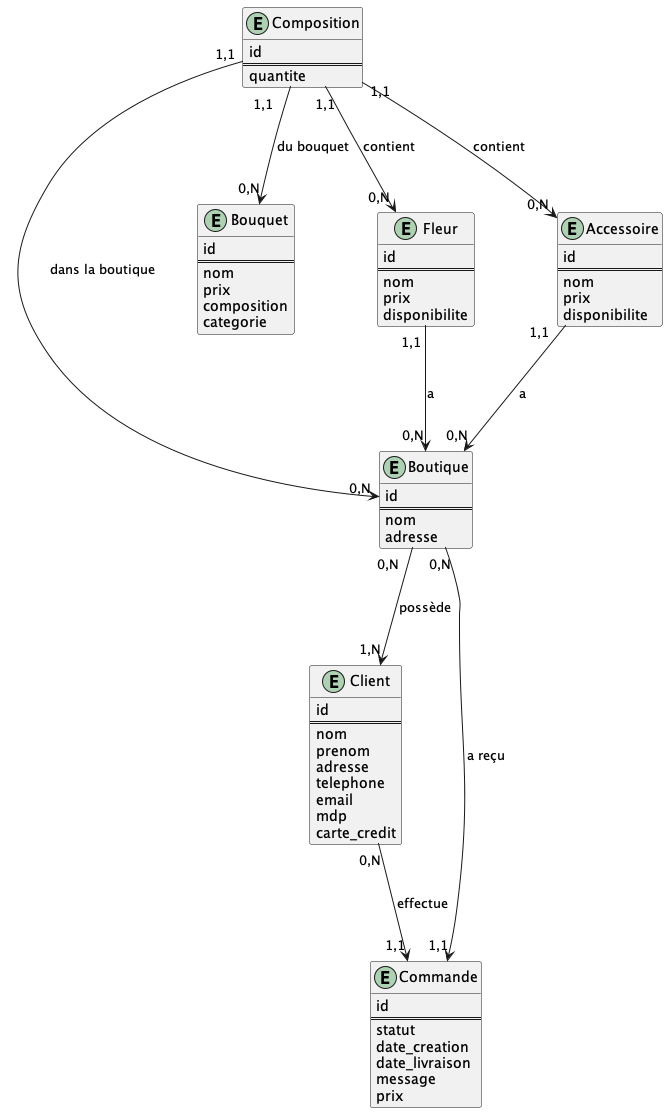
This is out/DiagrammeEA/DiagrammeEA.png from MorganKryze/MDD_FlowerStore, a PlantUML export, as it was before one commit. Its diagram source:
```plantuml
@startuml DiagrammeEA

entity Boutique
{
    id
    ==
    nom
    adresse
}

entity Client
{
    id
    ==
    nom
    prenom
    adresse
    telephone
    email
    mdp
    carte_credit
}

entity Commande
{
    id
    ==
    statut
    date_creation
    date_livraison
    message
    prix
}

entity Bouquet
{
    id
    ==
    nom
    prix
    composition
    categorie
}

entity Fleur
{
    id
    ==
    nom
    prix
    disponibilite
}

entity Accessoire
{
    id
    ==
    nom
    prix
    disponibilite
}

entity Composition
{
    id
    ==
    quantite
}

Boutique "0,N" --> "1,N" Client : possède
Client "0,N" --> "1,1" Commande : effectue
Boutique "0,N" --> "1,1" Commande : a reçu

Fleur "1,1" --> "0,N" Boutique : a
Accessoire "1,1" --> "0,N" Boutique : a

Composition "1,1" --> "0,N" Fleur : contient
Composition "1,1" --> "0,N" Accessoire : contient
Composition "1,1" --> "0,N" Bouquet : du bouquet
Composition "1,1" --> "0,N" Boutique : dans la boutique

@enduml
```
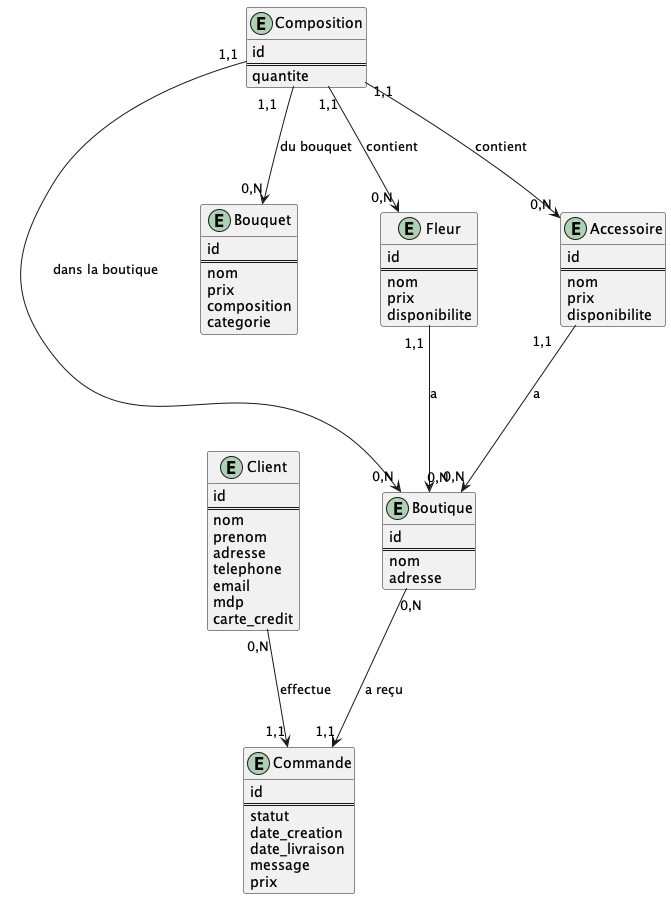
Above is the later version.

Change to the diagram source:
```diff
@@ -67,7 +67,6 @@
     quantite
 }
 
-Boutique "0,N" --> "1,N" Client : possède
 Client "0,N" --> "1,1" Commande : effectue
 Boutique "0,N" --> "1,1" Commande : a reçu
 
```
